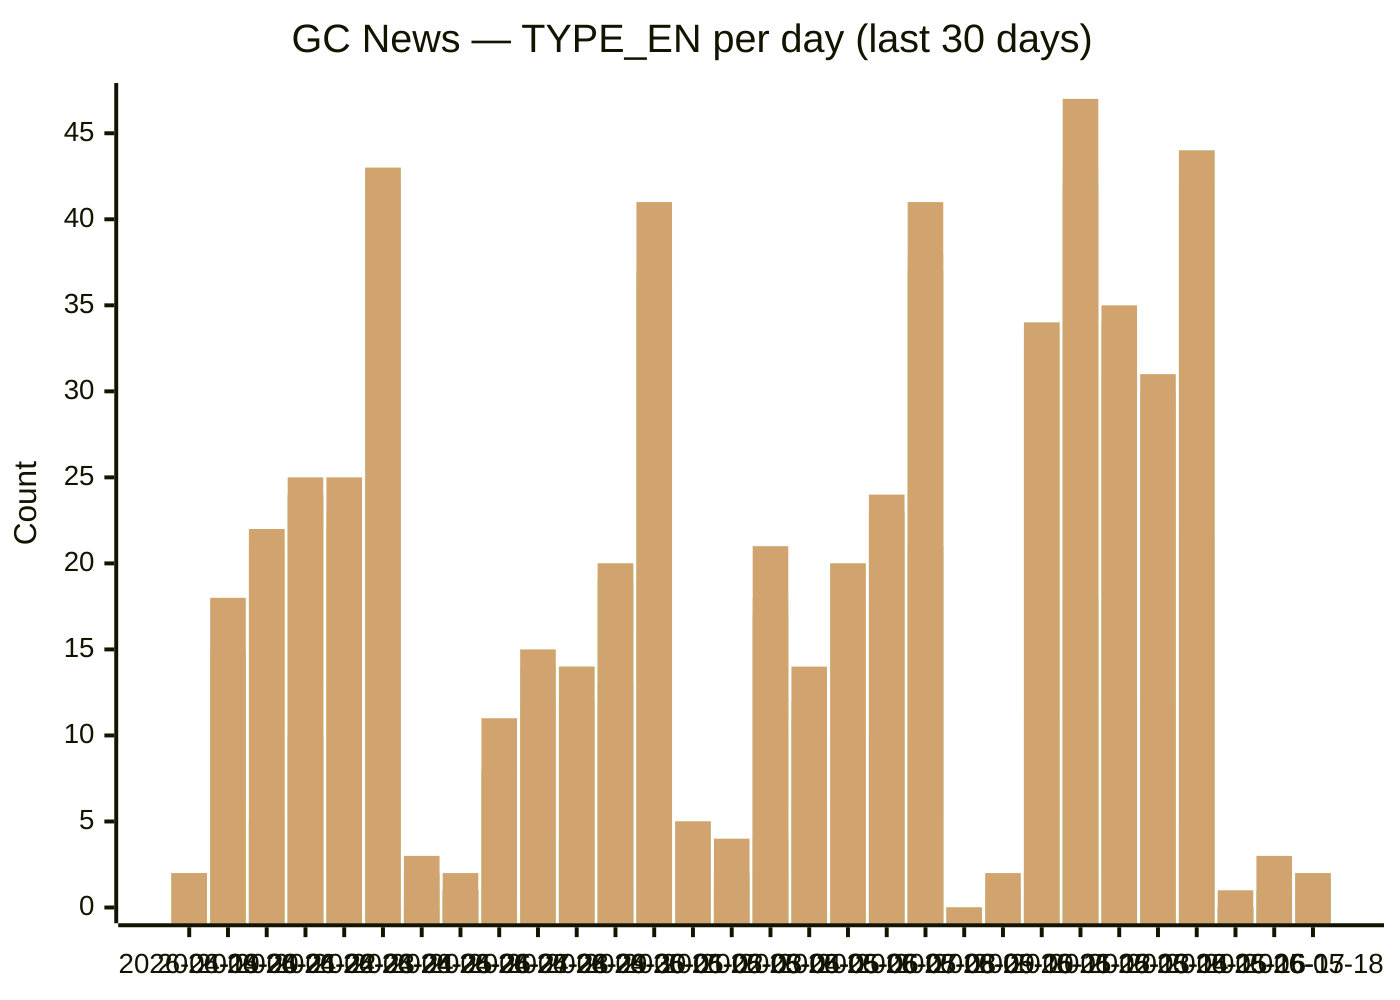
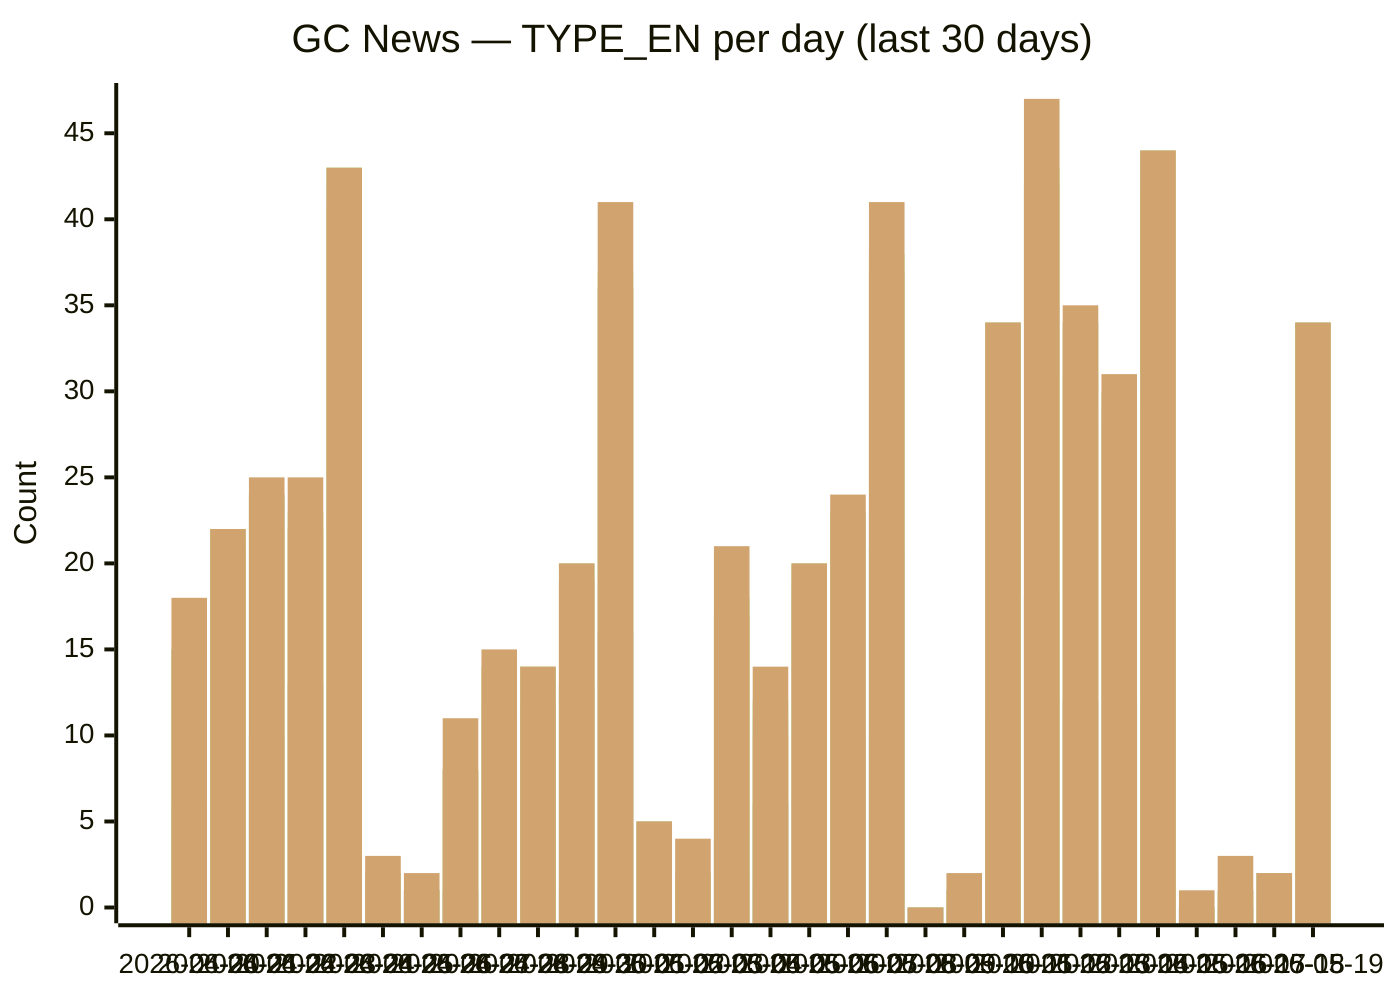
xychart-beta
  title "GC News — TYPE_EN per day (last 30 days)"
-   x-axis [2026-04-19, 2026-04-20, 2026-04-21, 2026-04-22, 2026-04-23, 2026-04-24, 2026-04-25, 2026-04-26, 2026-04-27, 2026-04-28, 2026-04-29, 2026-04-30, 2026-05-01, 2026-05-02, 2026-05-03, 2026-05-04, 2026-05-05, 2026-05-06, 2026-05-07, 2026-05-08, 2026-05-09, 2026-05-10, 2026-05-11, 2026-05-12, 2026-05-13, 2026-05-14, 2026-05-15, 2026-05-16, 2026-05-17, 2026-05-18]
+   x-axis [2026-04-20, 2026-04-21, 2026-04-22, 2026-04-23, 2026-04-24, 2026-04-25, 2026-04-26, 2026-04-27, 2026-04-28, 2026-04-29, 2026-04-30, 2026-05-01, 2026-05-02, 2026-05-03, 2026-05-04, 2026-05-05, 2026-05-06, 2026-05-07, 2026-05-08, 2026-05-09, 2026-05-10, 2026-05-11, 2026-05-12, 2026-05-13, 2026-05-14, 2026-05-15, 2026-05-16, 2026-05-17, 2026-05-18, 2026-05-19]
  y-axis "Count" 0 --> 47
-   bar backgrounders [0, 3, 1, 2, 1, 5, 0, 0, 1, 1, 0, 1, 1, 0, 0, 2, 1, 2, 0, 5, 0, 0, 2, 6, 2, 4, 5, 0, 0, 0]
-   bar "media advisories" [2, 6, 5, 10, 13, 6, 0, 1, 1, 7, 4, 13, 16, 0, 1, 4, 6, 7, 10, 21, 0, 0, 11, 18, 12, 12, 22, 0, 0, 2]
-   bar "news releases" [2, 15, 21, 24, 22, 41, 1, 1, 8, 11, 12, 19, 36, 5, 2, 17, 10, 18, 23, 37, 0, 1, 33, 42, 31, 28, 42, 0, 1, 2]
-   bar readouts [2, 15, 22, 24, 22, 42, 2, 1, 8, 12, 12, 19, 36, 5, 2, 17, 11, 19, 23, 37, 0, 1, 34, 42, 34, 29, 44, 0, 1, 2]
-   bar speeches [2, 15, 22, 24, 23, 43, 2, 1, 8, 14, 14, 20, 37, 5, 2, 18, 12, 20, 23, 38, 0, 1, 34, 43, 34, 30, 44, 0, 1, 2]
-   bar statements [2, 18, 22, 25, 25, 43, 3, 2, 11, 15, 14, 20, 41, 5, 4, 21, 14, 20, 24, 41, 0, 2, 34, 47, 35, 31, 44, 1, 3, 2]
+   bar backgrounders [3, 1, 2, 1, 5, 0, 0, 1, 1, 0, 1, 1, 0, 0, 2, 1, 2, 0, 5, 0, 0, 2, 6, 2, 4, 5, 0, 0, 0, 1]
+   bar "media advisories" [6, 5, 10, 13, 6, 0, 1, 1, 7, 4, 13, 16, 0, 1, 4, 6, 7, 10, 21, 0, 0, 11, 18, 12, 12, 22, 0, 0, 2, 12]
+   bar "news releases" [15, 21, 24, 22, 41, 1, 1, 8, 11, 12, 19, 36, 5, 2, 17, 10, 18, 23, 37, 0, 1, 33, 42, 31, 28, 42, 0, 1, 2, 33]
+   bar readouts [15, 22, 24, 22, 42, 2, 1, 8, 12, 12, 19, 36, 5, 2, 17, 11, 19, 23, 37, 0, 1, 34, 42, 34, 29, 44, 0, 1, 2, 34]
+   bar speeches [15, 22, 24, 23, 43, 2, 1, 8, 14, 14, 20, 37, 5, 2, 18, 12, 20, 23, 38, 0, 1, 34, 43, 34, 30, 44, 0, 1, 2, 34]
+   bar statements [18, 22, 25, 25, 43, 3, 2, 11, 15, 14, 20, 41, 5, 4, 21, 14, 20, 24, 41, 0, 2, 34, 47, 35, 31, 44, 1, 3, 2, 34]
